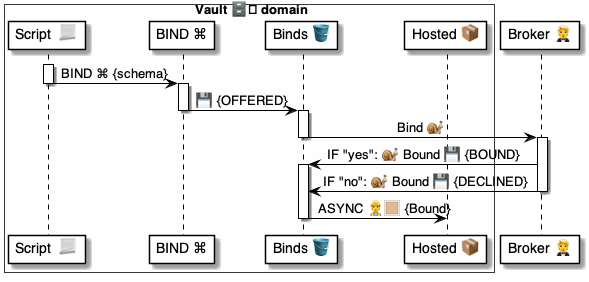
Earlier version of the PlantUML export 4 ⚙️ Solution/41 🎭 Domain Roles/Vaults 🗄️/🗄️🪣 Vault tables/Binds 🔗 table/🪣🧱 10 Bind ⏩ flow/🗄️ Vault.Binds.Bind ⚙️ uml.png (pollyweb-org/pollyweb-docs). Its source is kept beside it as 4 ⚙️ Solution/41 🎭 Domain Roles/Vaults 🗄️/🗄️🪣 Vault tables/Binds 🔗 table/🪣🧱 10 Bind ⏩ flow/🗄️ Vault.Binds.Bind ⚙️ uml.puml.
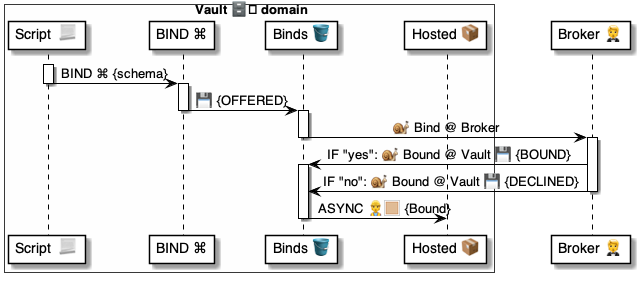
The same file after the commit.

The edit, as a diff of the source:
```diff
@@ -18,13 +18,13 @@
 deactivate cmd
 
 activate binds
-    binds -> broker: Bind 🐌
+    binds -> broker: 🐌 Bind @ Broker
 deactivate binds
 
 activate broker
-    broker -> binds: IF "yes": 🐌 Bound 💾 {BOUND}
+    broker -> binds: IF "yes": 🐌 Bound @ Vault 💾 {BOUND}
 activate binds
-    broker -> binds: IF "no": 🐌 Bound 💾 {DECLINED}
+    broker -> binds: IF "no": 🐌 Bound @ Vault 💾 {DECLINED}
 deactivate broker
 
     binds -> hosted: ASYNC 👷🏼 {Bound}
```
